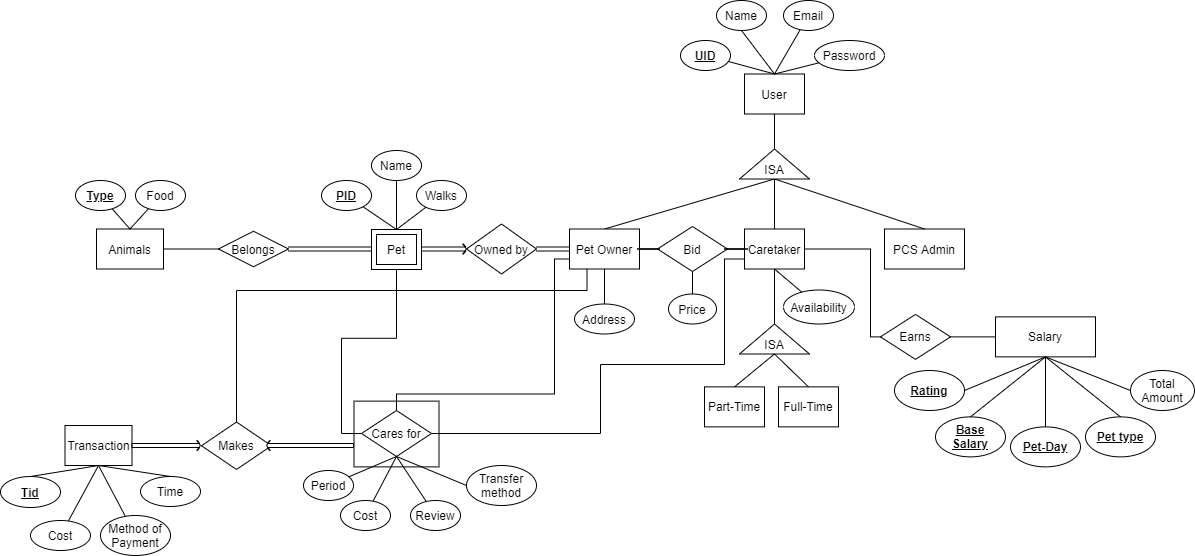
The draw.io diagram ER_Diagram.png in harithadiv/Web-Application-Pet-Caring, before a commit. Source tidied: cells renumbered, new cells last; positions are measured from the earlier drawing's top-left corner, leaving out a move shared by most shapes.
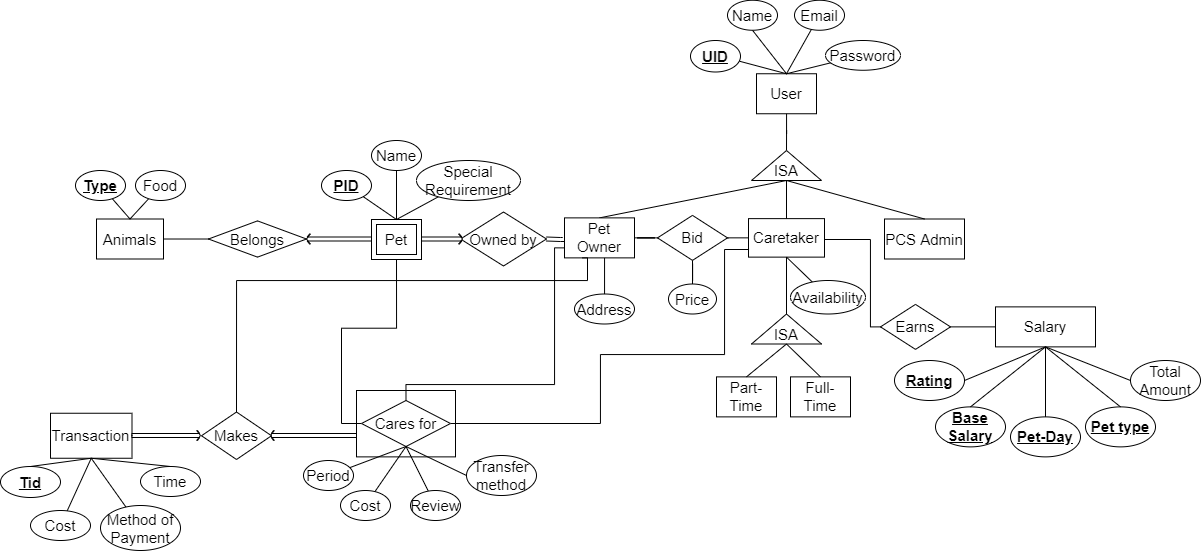
After the commit.

Change to the diagram source:
```diff
@@ -2,35 +2,48 @@
   <root>
     <mxCell id="0" />
     <mxCell id="1" parent="0" />
+    <mxCell id="19" style="edgeStyle=orthogonalEdgeStyle;rounded=0;jettySize=auto;html=1;exitX=0;exitY=0.5;exitDx=0;exitDy=0;entryX=1;entryY=0.5;entryDx=0;entryDy=0;endArrow=none;endFill=0;shape=link;" parent="1" edge="1" source="20" target="17">
+      <mxGeometry relative="1" as="geometry">
+        <Array as="points">
+          <mxPoint x="564" y="249" />
+          <mxPoint x="560" y="249" />
+        </Array>
+      </mxGeometry>
+    </mxCell>
+    <mxCell id="61" style="html=1;shadow=0;dashed=0;align=center;verticalAlign=middle;shape=mxgraph.arrows2.sharpArrow;dy1=0.6;dx1=0.76;dx2=3.81;notch=0;rotation=-180;direction=east;" parent="1" vertex="1">
+      <mxGeometry x="270" y="440" width="91" height="10" as="geometry" />
+    </mxCell>
     <mxCell id="2" style="whiteSpace=wrap;html=1;align=center;" parent="1" vertex="1">
-      <mxGeometry x="353.5" y="400.6" width="85" height="65.8" as="geometry" />
+      <mxGeometry x="356" y="400" width="99" height="66.4" as="geometry" />
     </mxCell>
     <mxCell id="3" value="User" style="rounded=0;whiteSpace=wrap;html=1;" parent="1" vertex="1">
-      <mxGeometry x="744" y="73.5" width="60" height="40" as="geometry" />
+      <mxGeometry x="756" y="83.2" width="60" height="40" as="geometry" />
     </mxCell>
     <mxCell id="4" style="rounded=0;jettySize=auto;html=1;exitX=0.5;exitY=1;exitDx=0;exitDy=0;endArrow=none;endFill=0;entryX=0.5;entryY=0;entryDx=0;entryDy=0;" parent="1" edge="1" source="5" target="3">
       <mxGeometry relative="1" as="geometry" />
     </mxCell>
     <mxCell id="5" value="Name" style="ellipse;whiteSpace=wrap;html=1;" parent="1" vertex="1">
-      <mxGeometry x="716" width="50" height="30" as="geometry" />
+      <mxGeometry x="727" y="9.8" width="50" height="30" as="geometry" />
     </mxCell>
-    <mxCell id="6" style="edgeStyle=none;rounded=0;jettySize=auto;html=1;entryX=0.5;entryY=0;entryDx=0;entryDy=0;endArrow=none;endFill=0;" parent="1" edge="1" source="7" target="3">
-      <mxGeometry relative="1" as="geometry" />
+    <mxCell id="6" style="edgeStyle=none;rounded=0;jettySize=auto;html=1;entryX=0.5;entryY=0;entryDx=0;entryDy=0;endArrow=none;endFill=0;" parent="1" edge="1" target="3">
+      <mxGeometry relative="1" as="geometry">
+        <mxPoint x="738.9" y="70.7" as="sourcePoint" />
+      </mxGeometry>
     </mxCell>
     <mxCell id="7" value="&lt;u&gt;&lt;b&gt;UID&lt;/b&gt;&lt;/u&gt;" style="ellipse;whiteSpace=wrap;html=1;" parent="1" vertex="1">
-      <mxGeometry x="680" y="40" width="50" height="30" as="geometry" />
+      <mxGeometry x="690" y="50" width="50" height="31.5" as="geometry" />
     </mxCell>
     <mxCell id="8" style="edgeStyle=none;rounded=0;jettySize=auto;html=1;entryX=0.5;entryY=0;entryDx=0;entryDy=0;endArrow=none;endFill=0;" parent="1" edge="1" source="9" target="3">
       <mxGeometry relative="1" as="geometry" />
     </mxCell>
     <mxCell id="9" value="Email" style="ellipse;whiteSpace=wrap;html=1;" parent="1" vertex="1">
-      <mxGeometry x="783" width="50" height="30" as="geometry" />
+      <mxGeometry x="794" y="9.8" width="50" height="30" as="geometry" />
     </mxCell>
     <mxCell id="10" style="rounded=0;jettySize=auto;html=1;entryX=0.5;entryY=0;entryDx=0;entryDy=0;endArrow=none;endFill=0;" parent="1" edge="1" source="11" target="3">
       <mxGeometry relative="1" as="geometry" />
     </mxCell>
     <mxCell id="11" value="Password" style="ellipse;whiteSpace=wrap;html=1;" parent="1" vertex="1">
-      <mxGeometry x="814" y="40" width="70" height="30" as="geometry" />
+      <mxGeometry x="825" y="50" width="75" height="29.8" as="geometry" />
     </mxCell>
     <mxCell id="12" style="edgeStyle=orthogonalEdgeStyle;rounded=0;jettySize=auto;html=1;entryX=1;entryY=0.5;entryDx=0;entryDy=0;endArrow=none;endFill=0;" parent="1" edge="1" source="3" target="84">
       <mxGeometry relative="1" as="geometry" />
@@ -44,39 +57,31 @@
       </mxGeometry>
     </mxCell>
     <mxCell id="14" value="Caretaker" style="rounded=0;whiteSpace=wrap;html=1;" parent="1" vertex="1">
-      <mxGeometry x="744" y="228.5" width="60" height="40" as="geometry" />
+      <mxGeometry x="748" y="228.1" width="76" height="38.5" as="geometry" />
     </mxCell>
-    <mxCell id="15" style="endArrow=none;html=1;entryX=0.5;entryY=1;entryDx=0;entryDy=0;exitX=0.5;exitY=0;exitDx=0;exitDy=0;" parent="1" edge="1" source="14" target="85">
+    <mxCell id="15" style="endArrow=none;html=1;entryX=0;entryY=0.5;entryDx=0;entryDy=0;exitX=0.5;exitY=0;exitDx=0;exitDy=0;" parent="1" edge="1" source="14" target="84">
       <mxGeometry relative="1" as="geometry" />
     </mxCell>
-    <mxCell id="16" style="endArrow=none;html=1;entryX=0.5;entryY=1;entryDx=0;entryDy=0;exitX=0.5;exitY=0;exitDx=0;exitDy=0;" parent="1" edge="1" source="20" target="85">
+    <mxCell id="16" style="endArrow=none;html=1;entryX=0;entryY=0.5;entryDx=0;entryDy=0;exitX=0.5;exitY=0;exitDx=0;exitDy=0;" parent="1" edge="1" source="20" target="84">
       <mxGeometry relative="1" as="geometry" />
     </mxCell>
     <mxCell id="17" value="Owned by" style="rhombus;whiteSpace=wrap;html=1;" parent="1" vertex="1">
-      <mxGeometry x="466" y="223.5" width="70" height="50" as="geometry" />
+      <mxGeometry x="460" y="221.5" width="86" height="54" as="geometry" />
     </mxCell>
-    <mxCell id="18" style="edgeStyle=orthogonalEdgeStyle;rounded=0;jettySize=auto;html=1;entryX=1;entryY=0.5;entryDx=0;entryDy=0;endArrow=none;endFill=0;shape=link;" parent="1" edge="1" target="47">
-      <mxGeometry relative="1" as="geometry">
-        <mxPoint x="376" y="248.5" as="sourcePoint" />
-      </mxGeometry>
-    </mxCell>
-    <mxCell id="19" style="edgeStyle=orthogonalEdgeStyle;rounded=0;jettySize=auto;html=1;exitX=0;exitY=0.5;exitDx=0;exitDy=0;entryX=1;entryY=0.5;entryDx=0;entryDy=0;endArrow=none;endFill=0;shape=link;" parent="1" edge="1" source="20" target="17">
-      <mxGeometry relative="1" as="geometry" />
-    </mxCell>
     <mxCell id="20" value="Pet Owner" style="rounded=0;whiteSpace=wrap;html=1;" parent="1" vertex="1">
-      <mxGeometry x="569" y="228.5" width="70" height="40" as="geometry" />
+      <mxGeometry x="564" y="227.4" width="70" height="40" as="geometry" />
     </mxCell>
     <mxCell id="21" value="PCS Admin" style="rounded=0;whiteSpace=wrap;html=1;" parent="1" vertex="1">
       <mxGeometry x="884" y="228.5" width="80" height="40" as="geometry" />
     </mxCell>
-    <mxCell id="22" style="endArrow=none;html=1;exitX=0.5;exitY=0;exitDx=0;exitDy=0;entryX=0.5;entryY=1;entryDx=0;entryDy=0;" parent="1" edge="1" source="21" target="85">
+    <mxCell id="22" style="endArrow=none;html=1;exitX=0.5;exitY=0;exitDx=0;exitDy=0;entryX=0;entryY=0.5;entryDx=0;entryDy=0;" parent="1" edge="1" source="21" target="84">
       <mxGeometry relative="1" as="geometry" />
     </mxCell>
     <mxCell id="23" style="html=1;shadow=0;dashed=0;align=center;verticalAlign=middle;shape=mxgraph.arrows2.sharpArrow;dy1=0.6;dx1=0.76;dx2=3.81;notch=0;rotation=-180;direction=west;" parent="1" vertex="1">
-      <mxGeometry x="416" y="243.5" width="50" height="10" as="geometry" />
+      <mxGeometry x="416" y="243.5" width="46" height="10" as="geometry" />
     </mxCell>
     <mxCell id="24" value="Part-Time" style="whiteSpace=wrap;html=1;align=center;" parent="1" vertex="1">
-      <mxGeometry x="704" y="386.4" width="60" height="40" as="geometry" />
+      <mxGeometry x="716" y="386.4" width="60" height="40" as="geometry" />
     </mxCell>
     <mxCell id="25" style="edgeStyle=none;rounded=0;jettySize=auto;html=1;entryX=1;entryY=0.5;entryDx=0;entryDy=0;endArrow=none;endFill=0;" parent="1" edge="1" source="26" target="52">
       <mxGeometry relative="1" as="geometry" />
@@ -85,31 +90,29 @@
       <mxGeometry x="995" y="316.4" width="100" height="40" as="geometry" />
     </mxCell>
     <mxCell id="27" value="Full-Time" style="whiteSpace=wrap;html=1;align=center;" parent="1" vertex="1">
-      <mxGeometry x="778" y="386.4" width="60" height="40" as="geometry" />
+      <mxGeometry x="790" y="386.4" width="60" height="40" as="geometry" />
     </mxCell>
     <mxCell id="28" value="Animals" style="whiteSpace=wrap;html=1;align=center;" parent="1" vertex="1">
       <mxGeometry x="96" y="228.5" width="67" height="40" as="geometry" />
     </mxCell>
     <mxCell id="29" value="Bid" style="shape=rhombus;perimeter=rhombusPerimeter;whiteSpace=wrap;html=1;align=center;" parent="1" vertex="1">
-      <mxGeometry x="657" y="226" width="70" height="45" as="geometry" />
+      <mxGeometry x="657" y="224.9" width="70" height="45" as="geometry" />
     </mxCell>
-    <mxCell id="30" style="edgeStyle=orthogonalEdgeStyle;rounded=0;jettySize=auto;html=1;entryX=1;entryY=0.5;entryDx=0;entryDy=0;endArrow=none;endFill=0;" parent="1" edge="1" source="14" target="29">
+    <mxCell id="30" style="edgeStyle=orthogonalEdgeStyle;rounded=0;jettySize=auto;html=1;endArrow=none;endFill=0;entryX=1;entryY=0.5;entryDx=0;entryDy=0;" parent="1" edge="1" source="14" target="29">
       <mxGeometry relative="1" as="geometry" />
     </mxCell>
     <mxCell id="31" style="edgeStyle=orthogonalEdgeStyle;rounded=0;jettySize=auto;html=1;entryX=0;entryY=0.5;entryDx=0;entryDy=0;endArrow=none;endFill=0;" parent="1" edge="1" source="20" target="29">
       <mxGeometry relative="1" as="geometry" />
     </mxCell>
-    <mxCell id="32" style="endArrow=none;html=1;entryX=0.5;entryY=1;entryDx=0;entryDy=0;" parent="1" edge="1" target="14">
-      <mxGeometry relative="1" as="geometry">
-        <mxPoint x="774" y="323.5" as="sourcePoint" />
-      </mxGeometry>
+    <mxCell id="32" style="endArrow=none;html=1;entryX=0.5;entryY=1;entryDx=0;entryDy=0;exitX=1;exitY=0.5;exitDx=0;exitDy=0;" parent="1" edge="1" source="86" target="14">
+      <mxGeometry relative="1" as="geometry" />
     </mxCell>
-    <mxCell id="33" style="edgeStyle=orthogonalEdgeStyle;rounded=0;jettySize=auto;html=1;entryX=0;entryY=0.75;entryDx=0;entryDy=0;endArrow=none;endFill=0;" parent="1" edge="1" source="36" target="20">
+    <mxCell id="33" style="edgeStyle=orthogonalEdgeStyle;rounded=0;jettySize=auto;html=1;entryX=0;entryY=0.75;entryDx=0;entryDy=0;endArrow=none;endFill=0;exitX=0.5;exitY=0;exitDx=0;exitDy=0;" parent="1" edge="1" source="36" target="20">
       <mxGeometry relative="1" as="geometry">
         <Array as="points">
-          <mxPoint x="396" y="393.5" />
-          <mxPoint x="554" y="393.5" />
-          <mxPoint x="554" y="258.5" />
+          <mxPoint x="405" y="394" />
+          <mxPoint x="554" y="394" />
+          <mxPoint x="554" y="257" />
         </Array>
       </mxGeometry>
     </mxCell>
@@ -128,14 +131,14 @@
         <mxPoint x="396" y="265.5" as="targetPoint" />
       </mxGeometry>
     </mxCell>
-    <mxCell id="36" value="Cares for" style="shape=rhombus;perimeter=rhombusPerimeter;whiteSpace=wrap;html=1;align=center;" parent="1" vertex="1">
-      <mxGeometry x="361" y="410" width="70" height="46" as="geometry" />
+    <mxCell id="36" value="&lt;font style=&quot;font-size: 14px&quot;&gt;Cares for&lt;/font&gt;" style="shape=rhombus;perimeter=rhombusPerimeter;whiteSpace=wrap;html=1;align=center;" parent="1" vertex="1">
+      <mxGeometry x="361" y="410" width="89" height="46" as="geometry" />
     </mxCell>
     <mxCell id="37" value="Makes" style="shape=rhombus;perimeter=rhombusPerimeter;whiteSpace=wrap;html=1;align=center;" parent="1" vertex="1">
       <mxGeometry x="201" y="421.5" width="70" height="47.5" as="geometry" />
     </mxCell>
     <mxCell id="38" value="Total Amount" style="ellipse;whiteSpace=wrap;html=1;" parent="1" vertex="1">
-      <mxGeometry x="1130" y="370" width="64" height="40" as="geometry" />
+      <mxGeometry x="1130" y="370" width="70" height="40" as="geometry" />
     </mxCell>
     <mxCell id="39" value="&lt;b&gt;&lt;u&gt;Base Salary&lt;/u&gt;&lt;/b&gt;" style="ellipse;whiteSpace=wrap;html=1;" parent="1" vertex="1">
       <mxGeometry x="935" y="416.4" width="70" height="40" as="geometry" />
@@ -162,7 +165,7 @@
       <mxGeometry x="668" y="293.5" width="48" height="30" as="geometry" />
     </mxCell>
     <mxCell id="47" value="Belongs" style="shape=rhombus;perimeter=rhombusPerimeter;whiteSpace=wrap;html=1;align=center;" parent="1" vertex="1">
-      <mxGeometry x="218" y="230.8" width="70" height="35.5" as="geometry" />
+      <mxGeometry x="208" y="230.4" width="98" height="36.2" as="geometry" />
     </mxCell>
     <mxCell id="48" value="Pet" style="shape=ext;margin=3;double=1;whiteSpace=wrap;html=1;align=center;" parent="1" vertex="1">
       <mxGeometry x="371" y="229" width="50" height="40" as="geometry" />
@@ -210,13 +213,10 @@
       <mxGeometry relative="1" as="geometry" />
     </mxCell>
     <mxCell id="60" value="Method of Payment" style="ellipse;whiteSpace=wrap;html=1;" parent="1" vertex="1">
-      <mxGeometry x="100" y="515" width="70" height="40" as="geometry" />
+      <mxGeometry x="100" y="515" width="80" height="45" as="geometry" />
     </mxCell>
-    <mxCell id="61" style="html=1;shadow=0;dashed=0;align=center;verticalAlign=middle;shape=mxgraph.arrows2.sharpArrow;dy1=0.6;dx1=0.76;dx2=3.81;notch=0;rotation=-180;direction=east;" parent="1" vertex="1">
-      <mxGeometry x="266" y="440" width="87" height="10" as="geometry" />
-    </mxCell>
     <mxCell id="62" value="Transaction" style="whiteSpace=wrap;html=1;align=center;" parent="1" vertex="1">
-      <mxGeometry x="64.5" y="425" width="67" height="40" as="geometry" />
+      <mxGeometry x="50" y="422.8" width="81.5" height="45" as="geometry" />
     </mxCell>
     <mxCell id="63" style="rounded=0;jettySize=auto;html=1;entryX=0.5;entryY=1;entryDx=0;entryDy=0;endArrow=none;endFill=0;" parent="1" edge="1" source="64" target="36">
       <mxGeometry relative="1" as="geometry" />
@@ -280,20 +280,20 @@
     <mxCell id="81" style="edgeStyle=none;rounded=0;jettySize=auto;html=1;entryX=0.5;entryY=0;entryDx=0;entryDy=0;endArrow=none;endFill=0;" parent="1" edge="1" source="82" target="48">
       <mxGeometry relative="1" as="geometry" />
     </mxCell>
-    <mxCell id="82" value="Walks" style="ellipse;whiteSpace=wrap;html=1;" parent="1" vertex="1">
-      <mxGeometry x="416" y="180" width="50" height="30" as="geometry" />
+    <mxCell id="82" value="Special Requirement" style="ellipse;whiteSpace=wrap;html=1;" parent="1" vertex="1">
+      <mxGeometry x="416" y="170" width="104" height="40" as="geometry" />
     </mxCell>
     <mxCell id="83" style="edgeStyle=none;rounded=0;jettySize=auto;html=1;entryX=0.5;entryY=1;entryDx=0;entryDy=0;endArrow=none;endFill=0;" parent="1" edge="1" source="48" target="80">
       <mxGeometry relative="1" as="geometry" />
     </mxCell>
     <mxCell id="84" style="triangle;whiteSpace=wrap;html=1;rotation=-90;" parent="1" vertex="1">
-      <mxGeometry x="759" y="128.5" width="30" height="70" as="geometry" />
+      <mxGeometry x="771" y="140" width="30" height="70" as="geometry" />
     </mxCell>
     <mxCell id="85" value="ISA" style="text;html=1;strokeColor=none;fillColor=none;align=center;verticalAlign=middle;whiteSpace=wrap;rounded=0;" parent="1" vertex="1">
-      <mxGeometry x="754" y="158.5" width="40" height="20" as="geometry" />
+      <mxGeometry x="766" y="170" width="40" height="20" as="geometry" />
     </mxCell>
     <mxCell id="86" style="triangle;whiteSpace=wrap;html=1;rotation=-90;" parent="1" vertex="1">
-      <mxGeometry x="759" y="303.5" width="30" height="70" as="geometry" />
+      <mxGeometry x="771" y="303.5" width="30" height="70" as="geometry" />
     </mxCell>
     <mxCell id="87" style="edgeStyle=none;rounded=0;jettySize=auto;html=1;entryX=0.5;entryY=0;entryDx=0;entryDy=0;endArrow=none;endFill=0;exitX=0.5;exitY=1;exitDx=0;exitDy=0;" parent="1" edge="1" source="89" target="24">
       <mxGeometry relative="1" as="geometry" />
@@ -302,7 +302,7 @@
       <mxGeometry relative="1" as="geometry" />
     </mxCell>
     <mxCell id="89" value="ISA" style="text;html=1;strokeColor=none;fillColor=none;align=center;verticalAlign=middle;whiteSpace=wrap;rounded=0;" parent="1" vertex="1">
-      <mxGeometry x="754" y="333.5" width="40" height="20" as="geometry" />
+      <mxGeometry x="766" y="333.5" width="40" height="20" as="geometry" />
     </mxCell>
     <mxCell id="90" value="Transfer method" style="ellipse;whiteSpace=wrap;html=1;" parent="1" vertex="1">
       <mxGeometry x="466" y="465" width="70" height="40" as="geometry" />
@@ -314,7 +314,10 @@
       <mxGeometry relative="1" as="geometry" />
     </mxCell>
     <mxCell id="93" value="Availability" style="ellipse;whiteSpace=wrap;html=1;" parent="1" vertex="1">
-      <mxGeometry x="783" y="289.5" width="71" height="34" as="geometry" />
+      <mxGeometry x="790" y="290" width="75" height="33.5" as="geometry" />
     </mxCell>
+    <mxCell id="94" style="html=1;shadow=0;dashed=0;align=center;verticalAlign=middle;shape=mxgraph.arrows2.sharpArrow;dy1=0.6;dx1=0.76;dx2=3.81;notch=0;rotation=-180;direction=east;" parent="1" vertex="1">
+      <mxGeometry x="306" y="243.5" width="65" height="10" as="geometry" />
+    </mxCell>
   </root>
 </mxGraphModel>
```
